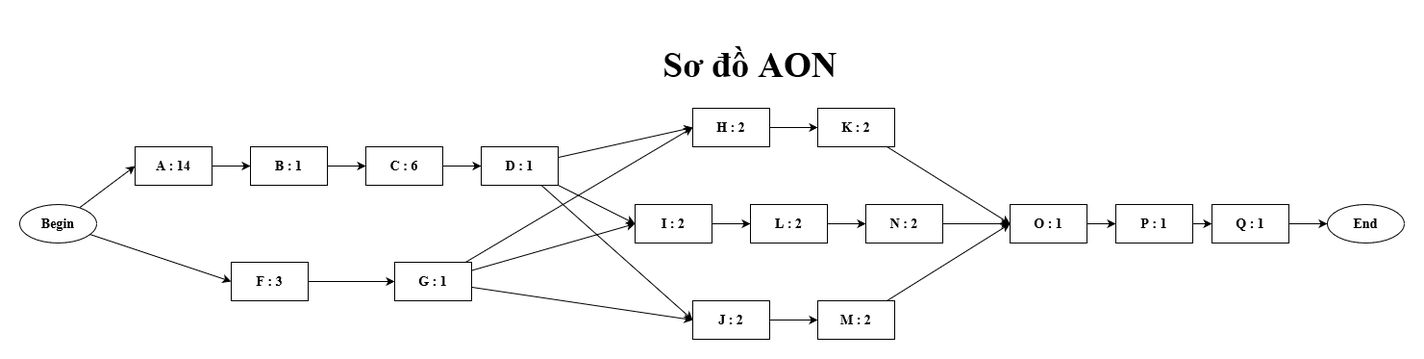
This is Documents/AON_Chart.png from H2Q318/HQN-Team, a draw.io export, as it was before one commit. Source tidied: cells renumbered, new cells last; positions are measured from the earlier drawing's top-left corner, leaving out a move shared by most shapes.
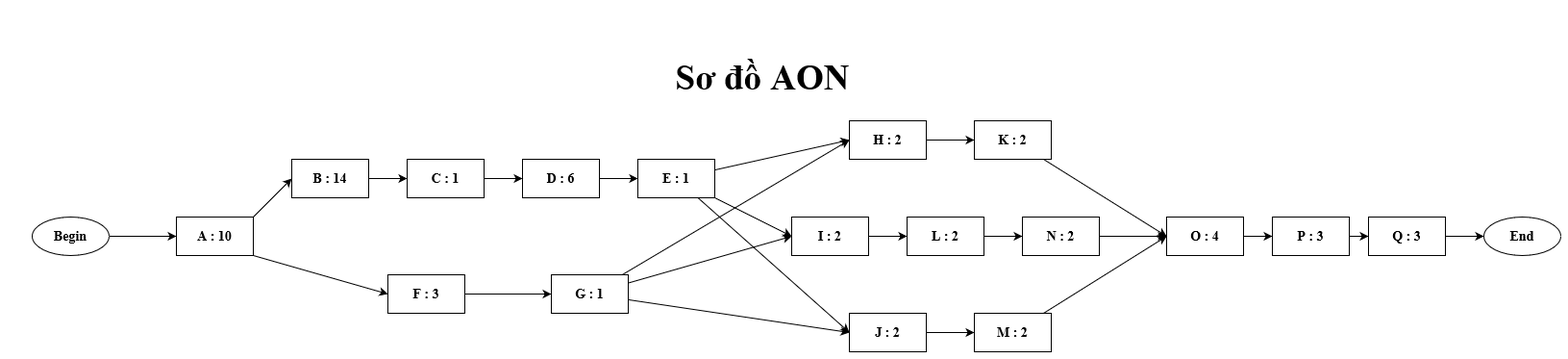
After the commit.

The edit, as a diff of the source:
```diff
@@ -2,14 +2,17 @@
   <root>
     <mxCell id="0" />
     <mxCell id="1" parent="0" />
-    <mxCell id="2" style="rounded=0;jettySize=auto;html=1;entryX=0;entryY=0.5;entryDx=0;entryDy=0;fontFamily=Times New Roman;fontSize=14;" parent="1" edge="1" source="4" target="7">
+    <mxCell id="2" style="rounded=0;jettySize=auto;html=1;entryX=0;entryY=0.5;entryDx=0;entryDy=0;fontFamily=Times New Roman;fontSize=14;exitX=1;exitY=0;exitDx=0;exitDy=0;" parent="1" edge="1" source="44" target="7">
       <mxGeometry relative="1" as="geometry" />
     </mxCell>
-    <mxCell id="3" style="edgeStyle=none;rounded=0;jettySize=auto;html=1;entryX=0;entryY=0.5;entryDx=0;entryDy=0;fontFamily=Times New Roman;fontSize=14;" parent="1" edge="1" source="4" target="17">
+    <mxCell id="3" style="edgeStyle=none;rounded=0;jettySize=auto;html=1;entryX=0;entryY=0.5;entryDx=0;entryDy=0;fontFamily=Times New Roman;fontSize=14;exitX=1;exitY=1;exitDx=0;exitDy=0;" parent="1" edge="1" source="44" target="17">
       <mxGeometry relative="1" as="geometry" />
     </mxCell>
+    <mxCell id="43" style="edgeStyle=none;rounded=0;jettySize=auto;html=1;" parent="1" edge="1" source="4" target="44">
+      <mxGeometry relative="1" as="geometry" />
+    </mxCell>
     <mxCell id="4" value="Begin" style="ellipse;whiteSpace=wrap;html=1;fontFamily=Times New Roman;fontStyle=1;fontSize=14;" parent="1" vertex="1">
-      <mxGeometry y="170" width="80" height="40" as="geometry" />
+      <mxGeometry x="-150" y="170" width="80" height="40" as="geometry" />
     </mxCell>
     <mxCell id="5" value="End" style="ellipse;whiteSpace=wrap;html=1;fontFamily=Times New Roman;fontStyle=1;fontSize=14;" parent="1" vertex="1">
       <mxGeometry x="1360" y="170" width="80" height="40" as="geometry" />
@@ -17,7 +20,7 @@
     <mxCell id="6" style="edgeStyle=none;rounded=0;jettySize=auto;html=1;entryX=0;entryY=0.5;entryDx=0;entryDy=0;fontFamily=Times New Roman;fontSize=14;" parent="1" edge="1" source="7" target="35">
       <mxGeometry relative="1" as="geometry" />
     </mxCell>
-    <mxCell id="7" value="A : 14" style="rounded=0;whiteSpace=wrap;html=1;fontFamily=Times New Roman;fontStyle=1;fontSize=14;" parent="1" vertex="1">
+    <mxCell id="7" value="B : 14" style="rounded=0;whiteSpace=wrap;html=1;fontFamily=Times New Roman;fontStyle=1;fontSize=14;" parent="1" vertex="1">
       <mxGeometry x="120" y="110" width="80" height="40" as="geometry" />
     </mxCell>
     <mxCell id="8" style="edgeStyle=none;rounded=0;jettySize=auto;html=1;fontFamily=Times New Roman;fontSize=14;" parent="1" edge="1" source="9">
@@ -31,7 +34,7 @@
     <mxCell id="10" style="edgeStyle=none;rounded=0;jettySize=auto;html=1;entryX=0;entryY=0.5;entryDx=0;entryDy=0;fontFamily=Times New Roman;fontSize=14;" parent="1" edge="1" source="11" target="33">
       <mxGeometry relative="1" as="geometry" />
     </mxCell>
-    <mxCell id="11" value="C : 6" style="rounded=0;whiteSpace=wrap;html=1;fontFamily=Times New Roman;fontStyle=1;fontSize=14;" parent="1" vertex="1">
+    <mxCell id="11" value="D : 6" style="rounded=0;whiteSpace=wrap;html=1;fontFamily=Times New Roman;fontStyle=1;fontSize=14;" parent="1" vertex="1">
       <mxGeometry x="360" y="110" width="80" height="40" as="geometry" />
     </mxCell>
     <mxCell id="12" style="edgeStyle=none;rounded=0;jettySize=auto;html=1;entryX=0;entryY=0.5;entryDx=0;entryDy=0;fontFamily=Times New Roman;fontSize=14;" parent="1" edge="1" source="13" target="25">
@@ -67,7 +70,7 @@
     <mxCell id="22" style="edgeStyle=none;rounded=0;jettySize=auto;html=1;entryX=0;entryY=0.5;entryDx=0;entryDy=0;fontFamily=Times New Roman;fontSize=14;" parent="1" edge="1" source="23" target="27">
       <mxGeometry relative="1" as="geometry" />
     </mxCell>
-    <mxCell id="23" value="O : 1" style="rounded=0;whiteSpace=wrap;html=1;fontFamily=Times New Roman;fontStyle=1;fontSize=14;" parent="1" vertex="1">
+    <mxCell id="23" value="O : 4" style="rounded=0;whiteSpace=wrap;html=1;fontFamily=Times New Roman;fontStyle=1;fontSize=14;" parent="1" vertex="1">
       <mxGeometry x="1030" y="170" width="80" height="40" as="geometry" />
     </mxCell>
     <mxCell id="24" style="edgeStyle=none;rounded=0;jettySize=auto;html=1;fontFamily=Times New Roman;fontSize=14;" parent="1" edge="1" source="25">
@@ -81,7 +84,7 @@
     <mxCell id="26" style="edgeStyle=none;rounded=0;jettySize=auto;html=1;fontFamily=Times New Roman;fontSize=14;" parent="1" edge="1" source="27" target="41">
       <mxGeometry relative="1" as="geometry" />
     </mxCell>
-    <mxCell id="27" value="P : 1" style="rounded=0;whiteSpace=wrap;html=1;fontFamily=Times New Roman;fontStyle=1;fontSize=14;" parent="1" vertex="1">
+    <mxCell id="27" value="P : 3" style="rounded=0;whiteSpace=wrap;html=1;fontFamily=Times New Roman;fontStyle=1;fontSize=14;" parent="1" vertex="1">
       <mxGeometry x="1140" y="170" width="80" height="40" as="geometry" />
     </mxCell>
     <mxCell id="28" style="edgeStyle=none;rounded=0;jettySize=auto;html=1;entryX=0;entryY=0.5;entryDx=0;entryDy=0;fontFamily=Times New Roman;fontSize=14;" parent="1" edge="1" source="29" target="21">
@@ -99,13 +102,13 @@
     <mxCell id="32" style="edgeStyle=none;rounded=0;jettySize=auto;html=1;entryX=0;entryY=0.5;entryDx=0;entryDy=0;fontFamily=Times New Roman;fontSize=14;" parent="1" edge="1" source="33" target="19">
       <mxGeometry relative="1" as="geometry" />
     </mxCell>
-    <mxCell id="33" value="D : 1" style="rounded=0;whiteSpace=wrap;html=1;fontFamily=Times New Roman;fontStyle=1;fontSize=14;" parent="1" vertex="1">
+    <mxCell id="33" value="E : 1" style="rounded=0;whiteSpace=wrap;html=1;fontFamily=Times New Roman;fontStyle=1;fontSize=14;" parent="1" vertex="1">
       <mxGeometry x="480" y="110" width="80" height="40" as="geometry" />
     </mxCell>
     <mxCell id="34" style="edgeStyle=none;rounded=0;jettySize=auto;html=1;entryX=0;entryY=0.5;entryDx=0;entryDy=0;fontFamily=Times New Roman;fontSize=14;" parent="1" edge="1" source="35" target="11">
       <mxGeometry relative="1" as="geometry" />
     </mxCell>
-    <mxCell id="35" value="B : 1" style="rounded=0;whiteSpace=wrap;html=1;fontFamily=Times New Roman;fontStyle=1;fontSize=14;" parent="1" vertex="1">
+    <mxCell id="35" value="C : 1" style="rounded=0;whiteSpace=wrap;html=1;fontFamily=Times New Roman;fontStyle=1;fontSize=14;" parent="1" vertex="1">
       <mxGeometry x="240" y="110" width="80" height="40" as="geometry" />
     </mxCell>
     <mxCell id="36" style="edgeStyle=none;rounded=0;jettySize=auto;html=1;entryX=0;entryY=0.5;entryDx=0;entryDy=0;fontFamily=Times New Roman;fontSize=14;" parent="1" edge="1" source="39" target="15">
@@ -123,11 +126,14 @@
     <mxCell id="40" style="edgeStyle=none;rounded=0;jettySize=auto;html=1;entryX=0;entryY=0.5;entryDx=0;entryDy=0;fontFamily=Times New Roman;fontSize=14;" parent="1" edge="1" source="41" target="5">
       <mxGeometry relative="1" as="geometry" />
     </mxCell>
-    <mxCell id="41" value="Q : 1" style="rounded=0;whiteSpace=wrap;html=1;fontFamily=Times New Roman;fontStyle=1;fontSize=14;" parent="1" vertex="1">
+    <mxCell id="41" value="Q : 3" style="rounded=0;whiteSpace=wrap;html=1;fontFamily=Times New Roman;fontStyle=1;fontSize=14;" parent="1" vertex="1">
       <mxGeometry x="1240" y="170" width="80" height="40" as="geometry" />
     </mxCell>
     <mxCell id="42" value="&lt;h1 style=&quot;font-size: 37px&quot;&gt;&lt;font style=&quot;font-size: 37px&quot; face=&quot;Times New Roman&quot;&gt;Sơ đồ AON&lt;/font&gt;&lt;/h1&gt;" style="text;html=1;strokeColor=none;fillColor=none;align=center;verticalAlign=middle;whiteSpace=wrap;rounded=0;fontFamily=Times New Roman;fontSize=14;" parent="1" vertex="1">
-      <mxGeometry x="590" width="340" height="50" as="geometry" />
+      <mxGeometry x="440" width="340" height="50" as="geometry" />
     </mxCell>
+    <mxCell id="44" value="A : 10" style="rounded=0;whiteSpace=wrap;html=1;fontFamily=Times New Roman;fontStyle=1;fontSize=14;" parent="1" vertex="1">
+      <mxGeometry y="170" width="80" height="40" as="geometry" />
+    </mxCell>
   </root>
 </mxGraphModel>
```
